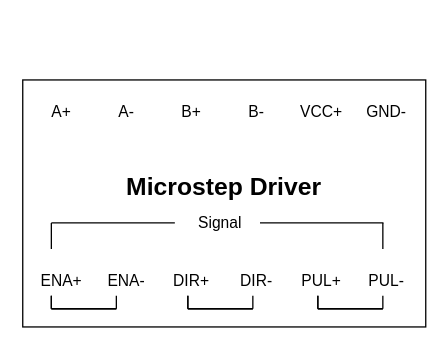
Earlier version of the draw.io diagram Stepper-Driver-Esp32 Circuit Diagram.drawio (DattBhatt/Draw.io). Source tidied: cells renumbered, new cells numbered last; positions are measured from the earlier drawing's top-left corner, leaving out a move shared by most shapes. Both pictures are drawn from the tidied source at 130%, with x=0, y=0 at pixel (22, 79).
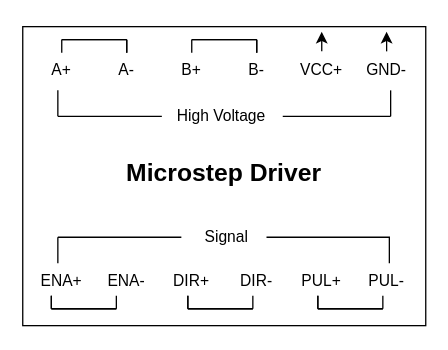
Above is the later version.

The edit, as a diff of the source:
```diff
@@
     <mxCell id="2" style="rounded=0;whiteSpace=wrap;html=1;" parent="1" vertex="1">
-      <mxGeometry width="310" height="190" as="geometry" />
+      <mxGeometry y="-41" width="310" height="230" as="geometry" />
     </mxCell>
     <mxCell id="3" value="&lt;h1 style=&quot;margin-top: 0px;&quot;&gt;&lt;font style=&quot;font-size: 19px;&quot;&gt;Microstep Driver&lt;/font&gt;&lt;/h1&gt;" style="text;html=1;whiteSpace=wrap;overflow=hidden;rounded=0;align=center;" parent="1" vertex="1">
-      <mxGeometry x="75" y="60" width="160" height="40" as="geometry" />
+      <mxGeometry x="75" y="49" width="160" height="40" as="geometry" />
     </mxCell>
     <mxCell id="4" value="A+" style="text;html=1;align=center;verticalAlign=middle;whiteSpace=wrap;rounded=0;" parent="1" vertex="1">
-      <mxGeometry y="10" width="60" height="30" as="geometry" />
+      <mxGeometry y="-22" width="60" height="30" as="geometry" />
     </mxCell>
     <mxCell id="5" value="GND-" style="text;html=1;align=center;verticalAlign=middle;whiteSpace=wrap;rounded=0;" parent="1" vertex="1">
-      <mxGeometry x="250" y="10" width="60" height="30" as="geometry" />
+      <mxGeometry x="250" y="-22" width="60" height="30" as="geometry" />
     </mxCell>
     <mxCell id="6" value="A-" style="text;html=1;align=center;verticalAlign=middle;whiteSpace=wrap;rounded=0;" parent="1" vertex="1">
-      <mxGeometry x="50" y="10" width="60" height="30" as="geometry" />
+      <mxGeometry x="50" y="-22" width="60" height="30" as="geometry" />
     </mxCell>
     <mxCell id="7" value="B+" style="text;html=1;align=center;verticalAlign=middle;whiteSpace=wrap;rounded=0;" parent="1" vertex="1">
-      <mxGeometry x="100" y="10" width="60" height="30" as="geometry" />
+      <mxGeometry x="100" y="-22" width="60" height="30" as="geometry" />
     </mxCell>
     <mxCell id="8" value="B-" style="text;html=1;align=center;verticalAlign=middle;whiteSpace=wrap;rounded=0;" parent="1" vertex="1">
-      <mxGeometry x="150" y="10" width="60" height="30" as="geometry" />
+      <mxGeometry x="150" y="-22" width="60" height="30" as="geometry" />
     </mxCell>
     <mxCell id="9" value="VCC+" style="text;html=1;align=center;verticalAlign=middle;whiteSpace=wrap;rounded=0;" parent="1" vertex="1">
-      <mxGeometry x="200" y="10" width="60" height="30" as="geometry" />
+      <mxGeometry x="200" y="-22" width="60" height="30" as="geometry" />
     </mxCell>
-    <mxCell id="10" value="Signal" style="text;html=1;align=center;verticalAlign=middle;whiteSpace=wrap;rounded=0;" parent="1" vertex="1">
-      <mxGeometry x="122" y="100" width="60" height="20" as="geometry" />
-    </mxCell>
@@
+    <mxCell id="42" style="group;" parent="1" vertex="1">
+      <mxGeometry x="27" y="111" width="255.5" height="30" as="geometry" />
+    </mxCell>
+    <mxCell id="10" value="Signal" style="text;html=1;align=center;verticalAlign=middle;whiteSpace=wrap;rounded=0;" parent="42" vertex="1">
+      <mxGeometry x="100" width="60" height="20" as="geometry" />
+    </mxCell>
+    <mxCell id="43" style="group;" parent="42" vertex="1">
+      <mxGeometry y="10" width="255.5" height="20" as="geometry" />
+    </mxCell>
-    <mxCell id="38" style="endArrow=none;html=1;rounded=0;entryX=0;entryY=0.5;entryDx=0;entryDy=0;exitX=0.121;exitY=0.647;exitDx=0;exitDy=0;exitPerimeter=0;" parent="1" edge="1">
+    <mxCell id="38" style="endArrow=none;html=1;rounded=0;entryX=0;entryY=0.5;entryDx=0;entryDy=0;exitX=0.121;exitY=0.647;exitDx=0;exitDy=0;exitPerimeter=0;" parent="43" edge="1">
       <mxGeometry relative="1" as="geometry">
-        <mxPoint x="182.5" y="110" as="sourcePoint" />
-        <mxPoint x="277.5" y="110" as="targetPoint" />
+        <mxPoint x="160.5" as="sourcePoint" />
+        <mxPoint x="255.5" as="targetPoint" />
       </mxGeometry>
     </mxCell>
-    <mxCell id="39" style="endArrow=none;html=1;rounded=0;entryX=0.121;entryY=0.765;entryDx=0;entryDy=0;exitX=0.121;exitY=0.647;exitDx=0;exitDy=0;exitPerimeter=0;entryPerimeter=0;" parent="1" edge="1">
+    <mxCell id="39" style="endArrow=none;html=1;rounded=0;entryX=0.121;entryY=0.765;entryDx=0;entryDy=0;exitX=0.121;exitY=0.647;exitDx=0;exitDy=0;exitPerimeter=0;entryPerimeter=0;" parent="43" edge="1">
       <mxGeometry relative="1" as="geometry">
-        <mxPoint x="277" y="110" as="sourcePoint" />
-        <mxPoint x="277" y="130" as="targetPoint" />
+        <mxPoint x="255" as="sourcePoint" />
+        <mxPoint x="255" y="20" as="targetPoint" />
       </mxGeometry>
     </mxCell>
-    <mxCell id="40" style="endArrow=none;html=1;rounded=0;entryX=0;entryY=0.5;entryDx=0;entryDy=0;exitX=0.121;exitY=0.647;exitDx=0;exitDy=0;exitPerimeter=0;" parent="1" edge="1">
+    <mxCell id="40" style="endArrow=none;html=1;rounded=0;entryX=0;entryY=0.5;entryDx=0;entryDy=0;exitX=0.121;exitY=0.647;exitDx=0;exitDy=0;exitPerimeter=0;" parent="43" edge="1">
       <mxGeometry relative="1" as="geometry">
-        <mxPoint x="22" y="110" as="sourcePoint" />
-        <mxPoint x="117" y="110" as="targetPoint" />
+        <mxPoint as="sourcePoint" />
+        <mxPoint x="95" as="targetPoint" />
       </mxGeometry>
     </mxCell>
-    <mxCell id="41" style="endArrow=none;html=1;rounded=0;entryX=0.121;entryY=0.765;entryDx=0;entryDy=0;entryPerimeter=0;" parent="1" edge="1">
+    <mxCell id="41" style="endArrow=none;html=1;rounded=0;entryX=0.121;entryY=0.765;entryDx=0;entryDy=0;entryPerimeter=0;" parent="43" edge="1">
       <mxGeometry relative="1" as="geometry">
-        <mxPoint x="22" y="110" as="sourcePoint" />
-        <mxPoint x="22" y="130" as="targetPoint" />
+        <mxPoint as="sourcePoint" />
+        <mxPoint y="20" as="targetPoint" />
       </mxGeometry>
     </mxCell>
+    <mxCell id="44" style="group;" parent="1" vertex="1">
+      <mxGeometry x="27" y="8" width="256" height="30" as="geometry" />
+    </mxCell>
+    <mxCell id="45" style="endArrow=none;html=1;rounded=0;entryX=0.121;entryY=0.765;entryDx=0;entryDy=0;exitX=0.121;exitY=0.647;exitDx=0;exitDy=0;exitPerimeter=0;entryPerimeter=0;" parent="44" edge="1">
+      <mxGeometry relative="1" as="geometry">
+        <mxPoint y="20" as="sourcePoint" />
+        <mxPoint as="targetPoint" />
+      </mxGeometry>
+    </mxCell>
+    <mxCell id="46" value="High Voltage" style="text;html=1;align=center;verticalAlign=middle;whiteSpace=wrap;rounded=0;rotation=0;" parent="44" vertex="1">
+      <mxGeometry x="80" y="10" width="92" height="20" as="geometry" />
+    </mxCell>
+    <mxCell id="47" style="endArrow=none;html=1;rounded=0;entryX=0;entryY=0.5;entryDx=0;entryDy=0;exitX=0;exitY=0.5;exitDx=0;exitDy=0;" parent="44" edge="1" source="46">
+      <mxGeometry relative="1" as="geometry">
+        <mxPoint y="20" as="targetPoint" />
+      </mxGeometry>
+    </mxCell>
+    <mxCell id="48" style="endArrow=none;html=1;rounded=0;exitX=0.121;exitY=0.647;exitDx=0;exitDy=0;exitPerimeter=0;" parent="44" edge="1">
+      <mxGeometry relative="1" as="geometry">
+        <mxPoint x="256" y="20" as="sourcePoint" />
+        <mxPoint x="173" y="20" as="targetPoint" />
+      </mxGeometry>
+    </mxCell>
+    <mxCell id="49" style="endArrow=none;html=1;rounded=0;entryX=0.121;entryY=0.765;entryDx=0;entryDy=0;entryPerimeter=0;" parent="44" edge="1">
+      <mxGeometry relative="1" as="geometry">
+        <mxPoint x="256" y="20" as="sourcePoint" />
+        <mxPoint x="256" as="targetPoint" />
+      </mxGeometry>
+    </mxCell>
+    <mxCell id="50" style="group;rotation=0;" parent="1" vertex="1">
+      <mxGeometry x="30" y="-31" width="50" height="10" as="geometry" />
+    </mxCell>
+    <mxCell id="51" style="endArrow=none;html=1;rounded=0;exitX=0.5;exitY=0;exitDx=0;exitDy=0;" parent="50" edge="1">
+      <mxGeometry relative="1" as="geometry">
+        <mxPoint x="50" y="10" as="sourcePoint" />
+        <mxPoint x="50" as="targetPoint" />
+      </mxGeometry>
+    </mxCell>
+    <mxCell id="52" style="endArrow=none;html=1;rounded=0;" parent="50" edge="1">
+      <mxGeometry relative="1" as="geometry">
+        <mxPoint as="sourcePoint" />
+        <mxPoint x="50" as="targetPoint" />
+      </mxGeometry>
+    </mxCell>
+    <mxCell id="53" style="group;rotation=0;" parent="50" vertex="1">
+      <mxGeometry width="50" height="10" as="geometry" />
+    </mxCell>
+    <mxCell id="54" style="endArrow=none;html=1;rounded=0;exitX=0.5;exitY=0;exitDx=0;exitDy=0;" parent="53" edge="1">
+      <mxGeometry relative="1" as="geometry">
+        <mxPoint y="10" as="sourcePoint" />
+        <mxPoint as="targetPoint" />
+      </mxGeometry>
+    </mxCell>
+    <mxCell id="55" style="endArrow=none;html=1;rounded=0;exitX=0.5;exitY=0;exitDx=0;exitDy=0;" parent="53" edge="1">
+      <mxGeometry relative="1" as="geometry">
+        <mxPoint x="50" y="10" as="sourcePoint" />
+        <mxPoint x="50" as="targetPoint" />
+      </mxGeometry>
+    </mxCell>
+    <mxCell id="56" style="endArrow=none;html=1;rounded=0;" parent="53" edge="1">
+      <mxGeometry relative="1" as="geometry">
+        <mxPoint as="sourcePoint" />
+        <mxPoint x="50" as="targetPoint" />
+      </mxGeometry>
+    </mxCell>
+    <mxCell id="57" style="group;rotation=0;" parent="1" vertex="1">
+      <mxGeometry x="130" y="-31" width="50" height="10" as="geometry" />
+    </mxCell>
+    <mxCell id="58" style="endArrow=none;html=1;rounded=0;exitX=0.5;exitY=0;exitDx=0;exitDy=0;" parent="57" edge="1">
+      <mxGeometry relative="1" as="geometry">
+        <mxPoint x="50" y="10" as="sourcePoint" />
+        <mxPoint x="50" as="targetPoint" />
+      </mxGeometry>
+    </mxCell>
+    <mxCell id="59" style="endArrow=none;html=1;rounded=0;" parent="57" edge="1">
+      <mxGeometry relative="1" as="geometry">
+        <mxPoint as="sourcePoint" />
+        <mxPoint x="50" as="targetPoint" />
+      </mxGeometry>
+    </mxCell>
+    <mxCell id="60" style="group;rotation=0;" parent="57" vertex="1">
+      <mxGeometry width="50" height="10" as="geometry" />
+    </mxCell>
+    <mxCell id="61" style="endArrow=none;html=1;rounded=0;exitX=0.5;exitY=0;exitDx=0;exitDy=0;" parent="60" edge="1">
+      <mxGeometry relative="1" as="geometry">
+        <mxPoint y="10" as="sourcePoint" />
+        <mxPoint as="targetPoint" />
+      </mxGeometry>
+    </mxCell>
+    <mxCell id="62" style="endArrow=none;html=1;rounded=0;exitX=0.5;exitY=0;exitDx=0;exitDy=0;" parent="60" edge="1">
+      <mxGeometry relative="1" as="geometry">
+        <mxPoint x="50" y="10" as="sourcePoint" />
+        <mxPoint x="50" as="targetPoint" />
+      </mxGeometry>
+    </mxCell>
+    <mxCell id="63" style="endArrow=none;html=1;rounded=0;" parent="60" edge="1">
+      <mxGeometry relative="1" as="geometry">
+        <mxPoint as="sourcePoint" />
+        <mxPoint x="50" as="targetPoint" />
+      </mxGeometry>
+    </mxCell>
+    <mxCell id="64" style="endArrow=classic;html=1;rounded=0;exitX=0.5;exitY=0;exitDx=0;exitDy=0;" parent="1" edge="1" source="9">
+      <mxGeometry relative="1" as="geometry">
+        <mxPoint x="230" y="-37" as="targetPoint" />
+      </mxGeometry>
+    </mxCell>
+    <mxCell id="65" style="endArrow=classic;html=1;rounded=0;exitX=0.5;exitY=0;exitDx=0;exitDy=0;" parent="1" edge="1">
+      <mxGeometry relative="1" as="geometry">
+        <mxPoint x="279.9" y="-22" as="sourcePoint" />
+        <mxPoint x="279.9" y="-37" as="targetPoint" />
+      </mxGeometry>
+    </mxCell>
```
